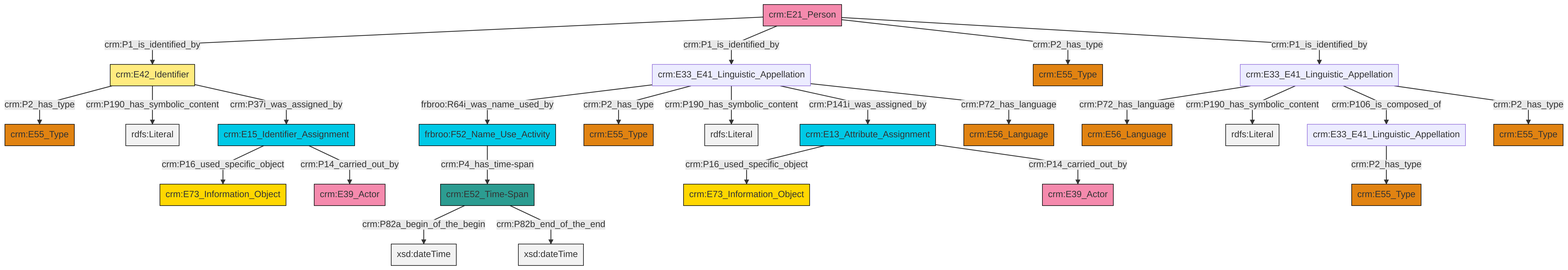
swiss-art-research-net/docs.swissartresearch keeps this Mermaid diagram as et/personCSV/ttl/mmd/png/Person_Names_and_Classification.png. Above is the earlier version. Its source is kept beside it as et/personCSV/ttl/mmd/Person_Names_and_Classification.ttl.mmd.
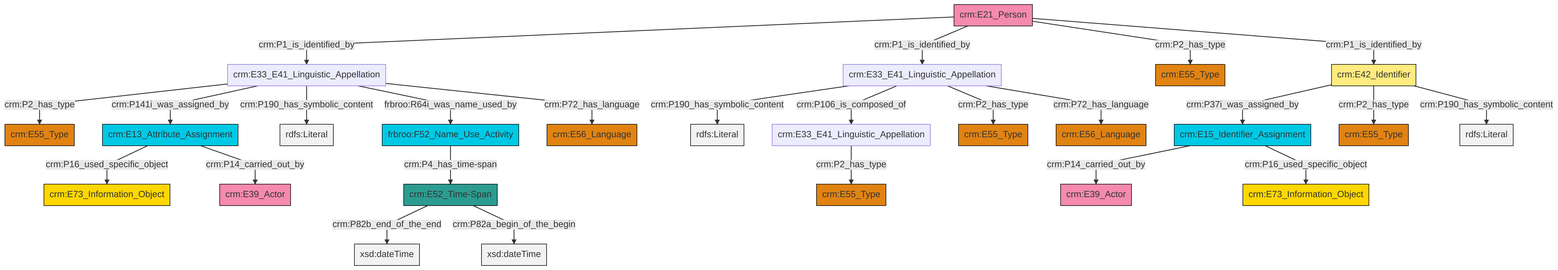
Above is the later version.

What changed in the source:
```diff
@@ -13,27 +13,27 @@
 classDef PC_Classes fill:#4ce600, stroke:#000000;
 classDef Multi fill:#cccccc,stroke:#000000;
 
-2["crm:E42_Identifier"]:::Appellation -->|crm:P2_has_type| 3["crm:E55_Type"]:::Type
-4["crm:E33_E41_Linguistic_Appellation"]:::Default -->|crm:P72_has_language| 5["crm:E56_Language"]:::Type
-10["crm:E33_E41_Linguistic_Appellation"]:::Default -->|frbroo:R64i_was_name_used_by| 11["frbroo:F52_Name_Use_Activity"]:::Temporal_Entity
-10["crm:E33_E41_Linguistic_Appellation"]:::Default -->|crm:P2_has_type| 12["crm:E55_Type"]:::Type
-8["crm:E13_Attribute_Assignment"]:::Temporal_Entity -->|crm:P16_used_specific_object| 13["crm:E73_Information_Object"]:::Conceptual_Object
-4["crm:E33_E41_Linguistic_Appellation"]:::Default -->|crm:P190_has_symbolic_content| 14[rdfs:Literal]:::Literal
-11["frbroo:F52_Name_Use_Activity"]:::Temporal_Entity -->|crm:P4_has_time-span| 15["crm:E52_Time-Span"]:::Time-Span
-16["crm:E21_Person"]:::Actor -->|crm:P1_is_identified_by| 2["crm:E42_Identifier"]:::Appellation
-0["crm:E15_Identifier_Assignment"]:::Temporal_Entity -->|crm:P16_used_specific_object| 18["crm:E73_Information_Object"]:::Conceptual_Object
-10["crm:E33_E41_Linguistic_Appellation"]:::Default -->|crm:P190_has_symbolic_content| 21[rdfs:Literal]:::Literal
-24["crm:E33_E41_Linguistic_Appellation"]:::Default -->|crm:P2_has_type| 25["crm:E55_Type"]:::Type
-15["crm:E52_Time-Span"]:::Time-Span -->|crm:P82a_begin_of_the_begin| 30[xsd:dateTime]:::Literal
-4["crm:E33_E41_Linguistic_Appellation"]:::Default -->|crm:P106_is_composed_of| 24["crm:E33_E41_Linguistic_Appellation"]:::Default
-8["crm:E13_Attribute_Assignment"]:::Temporal_Entity -->|crm:P14_carried_out_by| 28["crm:E39_Actor"]:::Actor
-16["crm:E21_Person"]:::Actor -->|crm:P1_is_identified_by| 10["crm:E33_E41_Linguistic_Appellation"]:::Default
-15["crm:E52_Time-Span"]:::Time-Span -->|crm:P82b_end_of_the_end| 36[xsd:dateTime]:::Literal
-16["crm:E21_Person"]:::Actor -->|crm:P2_has_type| 26["crm:E55_Type"]:::Type
-2["crm:E42_Identifier"]:::Appellation -->|crm:P190_has_symbolic_content| 41[rdfs:Literal]:::Literal
-16["crm:E21_Person"]:::Actor -->|crm:P1_is_identified_by| 4["crm:E33_E41_Linguistic_Appellation"]:::Default
-4["crm:E33_E41_Linguistic_Appellation"]:::Default -->|crm:P2_has_type| 6["crm:E55_Type"]:::Type
-0["crm:E15_Identifier_Assignment"]:::Temporal_Entity -->|crm:P14_carried_out_by| 37["crm:E39_Actor"]:::Actor
-10["crm:E33_E41_Linguistic_Appellation"]:::Default -->|crm:P141i_was_assigned_by| 8["crm:E13_Attribute_Assignment"]:::Temporal_Entity
-2["crm:E42_Identifier"]:::Appellation -->|crm:P37i_was_assigned_by| 0["crm:E15_Identifier_Assignment"]:::Temporal_Entity
-10["crm:E33_E41_Linguistic_Appellation"]:::Default -->|crm:P72_has_language| 44["crm:E56_Language"]:::Type
+4["crm:E13_Attribute_Assignment"]:::Temporal_Entity -->|crm:P16_used_specific_object| 5["crm:E73_Information_Object"]:::Conceptual_Object
+0["crm:E52_Time-Span"]:::Time-Span -->|crm:P82b_end_of_the_end| 6[xsd:dateTime]:::Literal
+7["crm:E33_E41_Linguistic_Appellation"]:::Default -->|crm:P2_has_type| 8["crm:E55_Type"]:::Type
+0["crm:E52_Time-Span"]:::Time-Span -->|crm:P82a_begin_of_the_begin| 9[xsd:dateTime]:::Literal
+10["crm:E33_E41_Linguistic_Appellation"]:::Default -->|crm:P190_has_symbolic_content| 11[rdfs:Literal]:::Literal
+13["crm:E21_Person"]:::Actor -->|crm:P1_is_identified_by| 7["crm:E33_E41_Linguistic_Appellation"]:::Default
+22["crm:E15_Identifier_Assignment"]:::Temporal_Entity -->|crm:P14_carried_out_by| 19["crm:E39_Actor"]:::Actor
+10["crm:E33_E41_Linguistic_Appellation"]:::Default -->|crm:P106_is_composed_of| 23["crm:E33_E41_Linguistic_Appellation"]:::Default
+4["crm:E13_Attribute_Assignment"]:::Temporal_Entity -->|crm:P14_carried_out_by| 24["crm:E39_Actor"]:::Actor
+7["crm:E33_E41_Linguistic_Appellation"]:::Default -->|crm:P141i_was_assigned_by| 4["crm:E13_Attribute_Assignment"]:::Temporal_Entity
+10["crm:E33_E41_Linguistic_Appellation"]:::Default -->|crm:P2_has_type| 25["crm:E55_Type"]:::Type
+7["crm:E33_E41_Linguistic_Appellation"]:::Default -->|crm:P190_has_symbolic_content| 29[rdfs:Literal]:::Literal
+17["crm:E42_Identifier"]:::Appellation -->|crm:P37i_was_assigned_by| 22["crm:E15_Identifier_Assignment"]:::Temporal_Entity
+17["crm:E42_Identifier"]:::Appellation -->|crm:P2_has_type| 37["crm:E55_Type"]:::Type
+13["crm:E21_Person"]:::Actor -->|crm:P1_is_identified_by| 10["crm:E33_E41_Linguistic_Appellation"]:::Default
+7["crm:E33_E41_Linguistic_Appellation"]:::Default -->|frbroo:R64i_was_name_used_by| 2["frbroo:F52_Name_Use_Activity"]:::Temporal_Entity
+22["crm:E15_Identifier_Assignment"]:::Temporal_Entity -->|crm:P16_used_specific_object| 41["crm:E73_Information_Object"]:::Conceptual_Object
+7["crm:E33_E41_Linguistic_Appellation"]:::Default -->|crm:P72_has_language| 14["crm:E56_Language"]:::Type
+23["crm:E33_E41_Linguistic_Appellation"]:::Default -->|crm:P2_has_type| 38["crm:E55_Type"]:::Type
+10["crm:E33_E41_Linguistic_Appellation"]:::Default -->|crm:P72_has_language| 32["crm:E56_Language"]:::Type
+13["crm:E21_Person"]:::Actor -->|crm:P2_has_type| 27["crm:E55_Type"]:::Type
+2["frbroo:F52_Name_Use_Activity"]:::Temporal_Entity -->|crm:P4_has_time-span| 0["crm:E52_Time-Span"]:::Time-Span
+17["crm:E42_Identifier"]:::Appellation -->|crm:P190_has_symbolic_content| 45[rdfs:Literal]:::Literal
+13["crm:E21_Person"]:::Actor -->|crm:P1_is_identified_by| 17["crm:E42_Identifier"]:::Appellation
```
